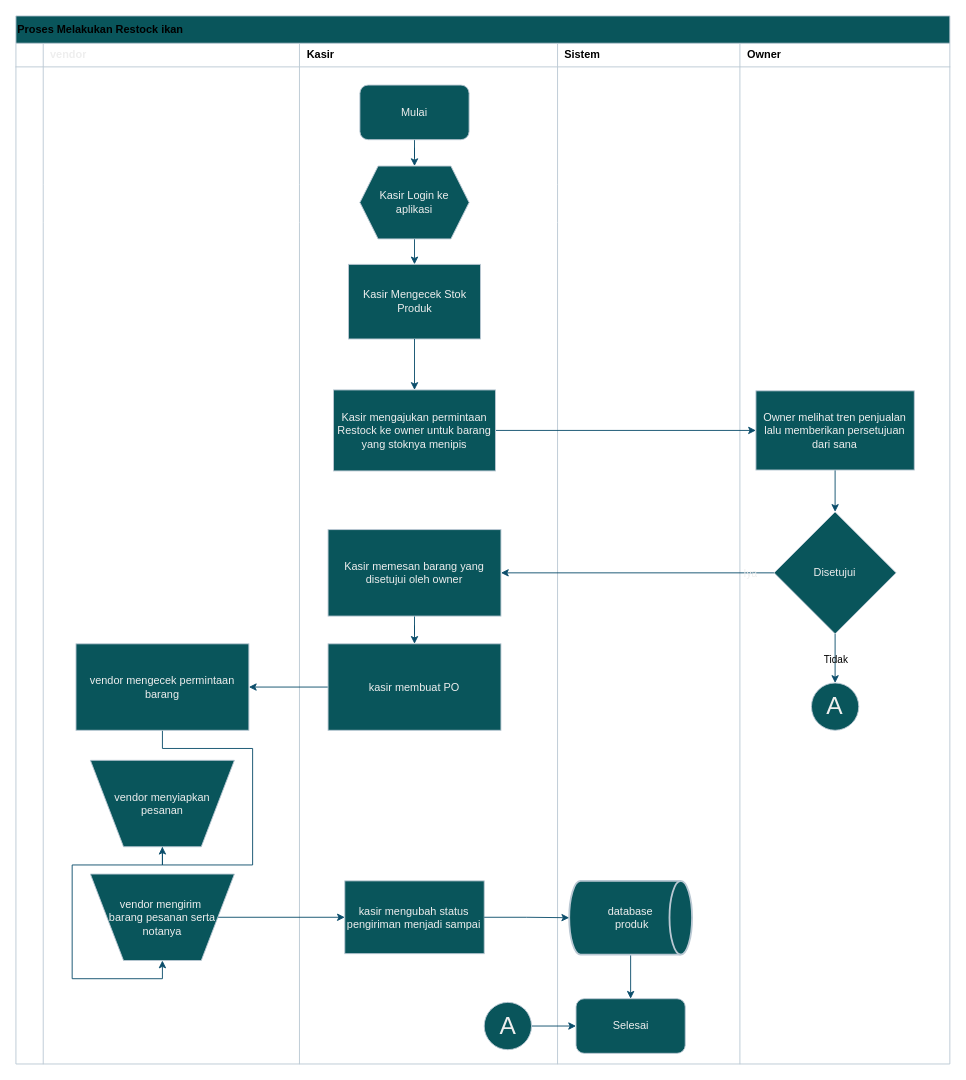
Before: restock product.drawio in shinoaaa/drawio, a draw.io diagram. Source tidied: cells renumbered, new cells numbered last; positions are measured from the earlier drawing's top-left corner, leaving out a move shared by most shapes. Both pictures are drawn from the tidied source at 91%, with x=0, y=0 at pixel (15, 15).
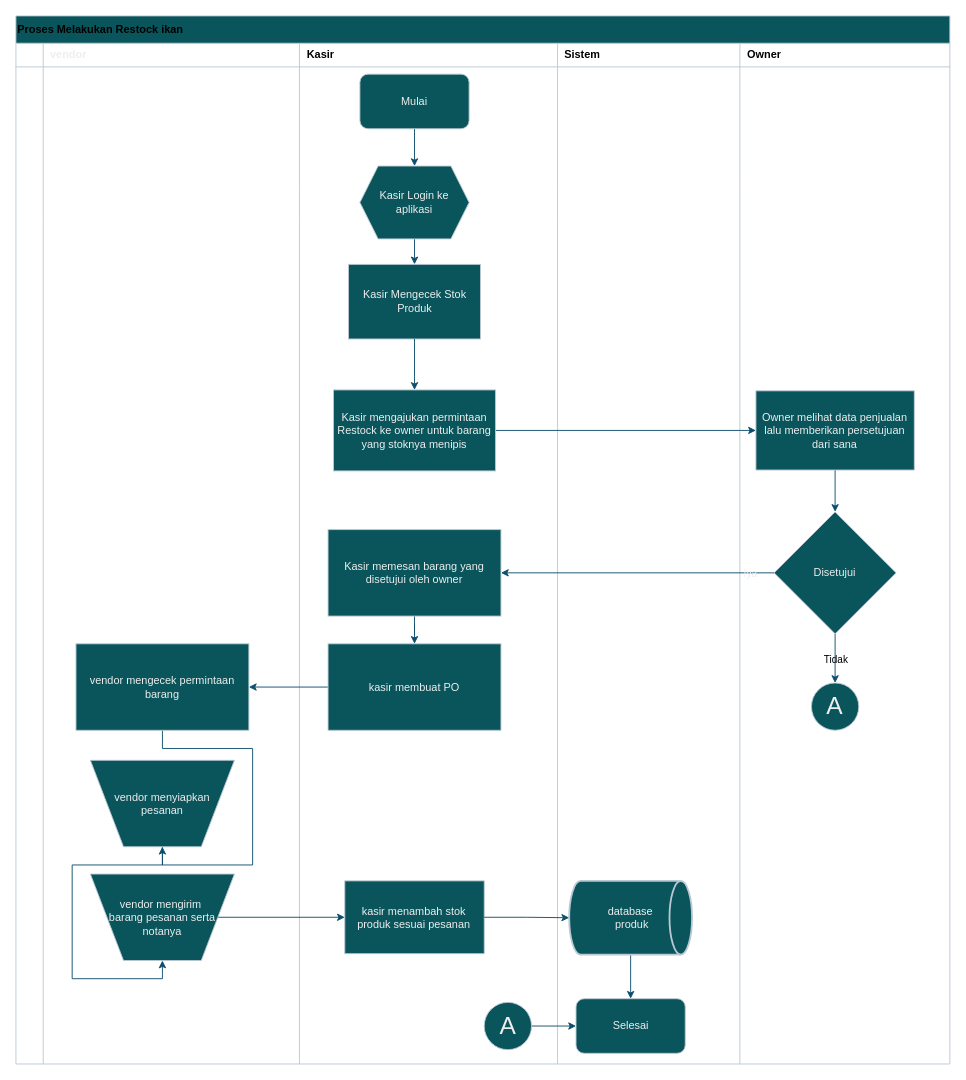
The same diagram, later.

Diff of the diagram source:
```diff
@@
     <mxCell id="28" value="Mulai" style="rounded=1;whiteSpace=wrap;html=1;strokeColor=#BAC8D3;fontColor=#EEEEEE;fillColor=#09555B;labelBackgroundColor=none;" parent="1" vertex="1">
-      <mxGeometry x="378" y="76" width="120" height="60" as="geometry" />
+      <mxGeometry x="378" y="64" width="120" height="60" as="geometry" />
     </mxCell>
@@
-    <mxCell id="35" value="Owner melihat tren penjualan lalu memberikan persetujuan dari sana" style="rounded=0;whiteSpace=wrap;html=1;strokeColor=#BAC8D3;fontColor=#EEEEEE;fillColor=#09555B;labelBackgroundColor=none;" parent="1" vertex="1">
+    <mxCell id="35" value="Owner melihat data penjualan lalu memberikan persetujuan dari sana" style="rounded=0;whiteSpace=wrap;html=1;strokeColor=#BAC8D3;fontColor=#EEEEEE;fillColor=#09555B;labelBackgroundColor=none;" parent="1" vertex="1">
       <mxGeometry x="813.2" y="412" width="174" height="87" as="geometry" />
     </mxCell>
@@
-    <mxCell id="43" value="kasir mengubah status pengiriman menjadi sampai" style="rounded=0;whiteSpace=wrap;html=1;strokeColor=#BAC8D3;fontColor=#EEEEEE;fillColor=#09555B;labelBackgroundColor=none;" parent="1" vertex="1">
+    <mxCell id="43" value="kasir menambah stok produk sesuai pesanan" style="rounded=0;whiteSpace=wrap;html=1;strokeColor=#BAC8D3;fontColor=#EEEEEE;fillColor=#09555B;labelBackgroundColor=none;" parent="1" vertex="1">
       <mxGeometry x="361.4" y="950.5" width="153.2" height="80" as="geometry" />
     </mxCell>
```
